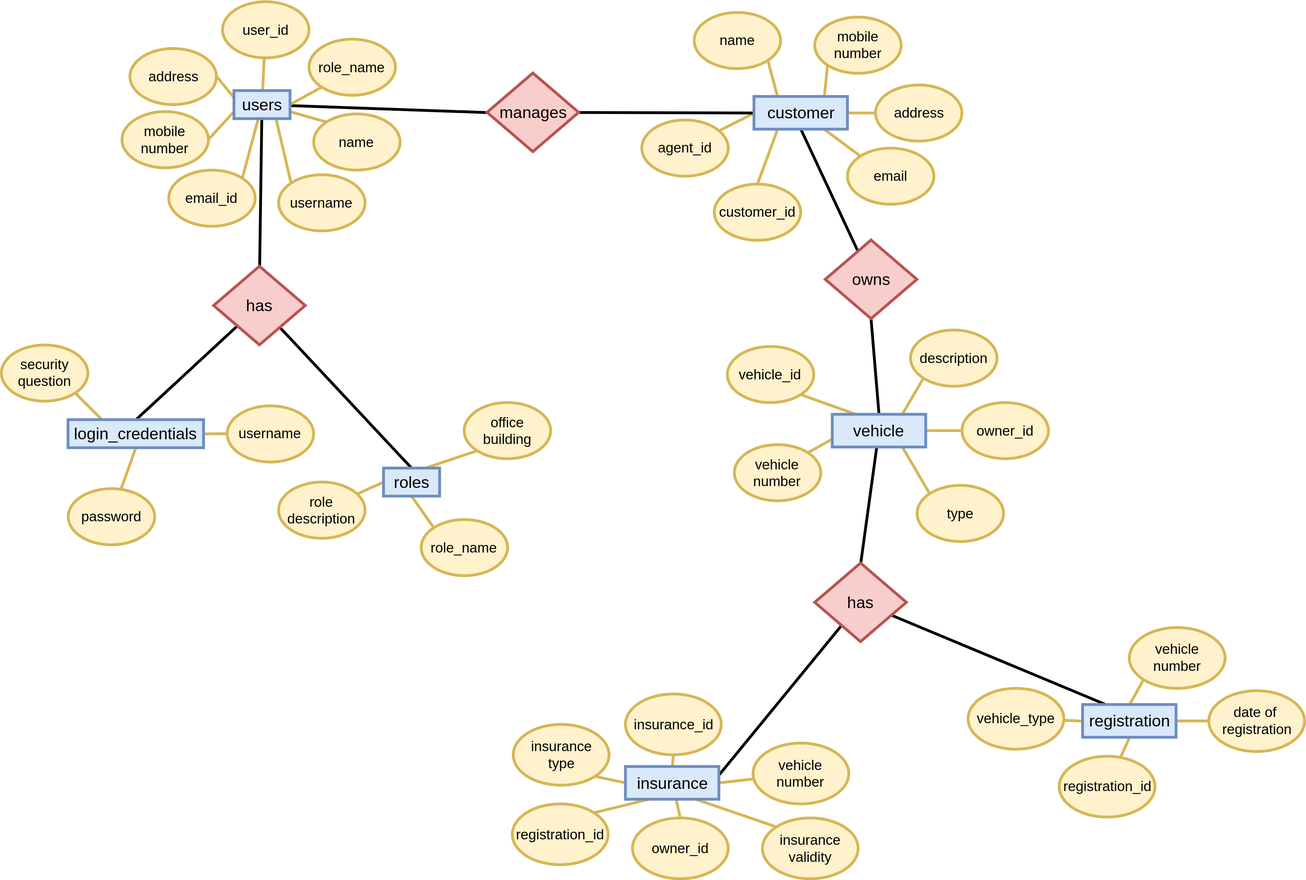
The draw.io diagram Draw-Files/Normalised-Entity-Relationship.svg in Gituser143/DBMS-Project, before a commit. Source tidied: cells renumbered, new cells last; positions are measured from the earlier drawing's top-left corner, leaving out a move shared by most shapes.
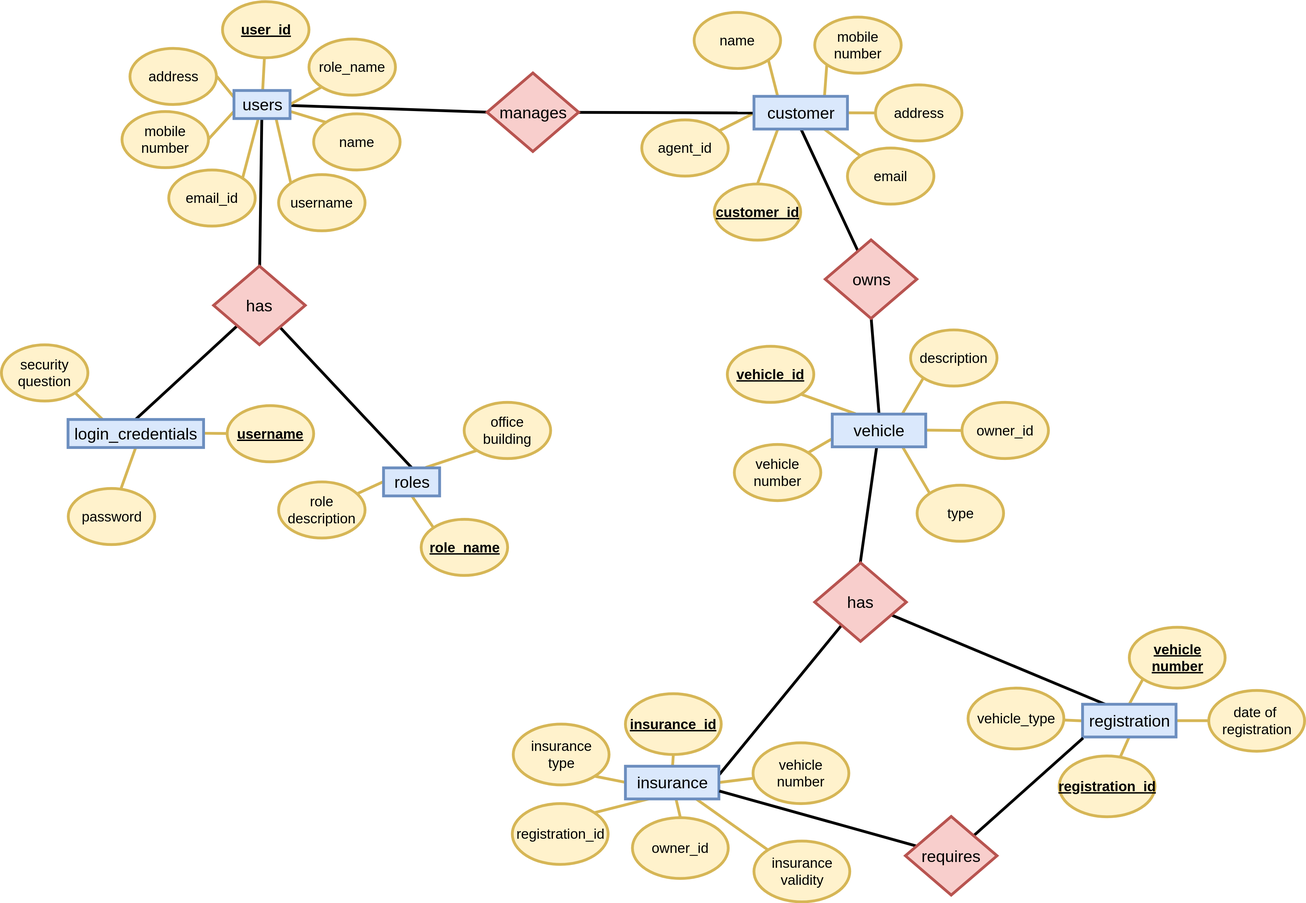
After the change.

Commit message:
Added relation between insurance and registration in diagrams

Diff of the diagram source:
```diff
@@ -56,13 +56,13 @@
     <mxCell id="19" style="rounded=0;html=1;jettySize=auto;endArrow=none;endFill=0;fillColor=#fff2cc;strokeColor=#d6b656;strokeWidth=6;" parent="1" edge="1" source="20" target="84">
       <mxGeometry relative="1" as="geometry" />
     </mxCell>
-    <mxCell id="20" value="&lt;font style=&quot;font-size: 30px&quot;&gt;user_id&lt;br&gt;&lt;/font&gt;" style="ellipse;whiteSpace=wrap;html=1;fillColor=#fff2cc;strokeColor=#d6b656;strokeWidth=6;" parent="1" vertex="1">
+    <mxCell id="20" value="&lt;font style=&quot;font-size: 30px&quot;&gt;&lt;b&gt;&lt;u&gt;user_id&lt;/u&gt;&lt;/b&gt;&lt;br&gt;&lt;/font&gt;" style="ellipse;whiteSpace=wrap;html=1;fillColor=#fff2cc;strokeColor=#d6b656;strokeWidth=6;" parent="1" vertex="1">
       <mxGeometry x="473" width="185" height="120" as="geometry" />
     </mxCell>
     <mxCell id="21" style="edgeStyle=none;rounded=0;html=1;entryX=1;entryY=0.5;endArrow=none;endFill=0;jettySize=auto;fillColor=#fff2cc;strokeColor=#d6b656;strokeWidth=6;" parent="1" edge="1" source="22" target="85">
       <mxGeometry relative="1" as="geometry" />
     </mxCell>
-    <mxCell id="22" value="&lt;font style=&quot;font-size: 30px&quot;&gt;username&lt;br&gt;&lt;/font&gt;" style="ellipse;whiteSpace=wrap;html=1;fillColor=#fff2cc;strokeColor=#d6b656;strokeWidth=6;" parent="1" vertex="1">
+    <mxCell id="22" value="&lt;font style=&quot;font-size: 30px&quot;&gt;&lt;b&gt;&lt;u&gt;username&lt;/u&gt;&lt;/b&gt;&lt;br&gt;&lt;/font&gt;" style="ellipse;whiteSpace=wrap;html=1;fillColor=#fff2cc;strokeColor=#d6b656;strokeWidth=6;" parent="1" vertex="1">
       <mxGeometry x="483" y="863.5" width="185" height="120" as="geometry" />
     </mxCell>
     <mxCell id="23" style="edgeStyle=none;rounded=0;html=1;entryX=0.5;entryY=1;endArrow=none;endFill=0;jettySize=auto;fillColor=#fff2cc;strokeColor=#d6b656;strokeWidth=6;" parent="1" edge="1" source="24" target="85">
@@ -80,7 +80,7 @@
     <mxCell id="27" style="edgeStyle=none;rounded=0;html=1;exitX=0;exitY=0;entryX=0.5;entryY=1;endArrow=none;endFill=0;jettySize=auto;fillColor=#fff2cc;strokeColor=#d6b656;strokeWidth=6;" parent="1" edge="1" source="28" target="86">
       <mxGeometry relative="1" as="geometry" />
     </mxCell>
-    <mxCell id="28" value="&lt;font style=&quot;font-size: 30px&quot;&gt;role_name&lt;br&gt;&lt;/font&gt;" style="ellipse;whiteSpace=wrap;html=1;fillColor=#fff2cc;strokeColor=#d6b656;strokeWidth=6;" parent="1" vertex="1">
+    <mxCell id="28" value="&lt;font style=&quot;font-size: 30px&quot;&gt;&lt;b&gt;&lt;u&gt;role_name&lt;/u&gt;&lt;/b&gt;&lt;br&gt;&lt;/font&gt;" style="ellipse;whiteSpace=wrap;html=1;fillColor=#fff2cc;strokeColor=#d6b656;strokeWidth=6;" parent="1" vertex="1">
       <mxGeometry x="898" y="1107" width="185" height="120" as="geometry" />
     </mxCell>
     <mxCell id="29" style="edgeStyle=none;rounded=0;html=1;entryX=0;entryY=0.5;endArrow=none;endFill=0;jettySize=auto;fillColor=#fff2cc;strokeColor=#d6b656;strokeWidth=6;" parent="1" edge="1" source="30" target="86">
@@ -98,7 +98,7 @@
     <mxCell id="33" style="edgeStyle=none;rounded=0;html=1;exitX=0.5;exitY=0;entryX=0.25;entryY=1;endArrow=none;endFill=0;jettySize=auto;fillColor=#fff2cc;strokeColor=#d6b656;strokeWidth=6;" parent="1" edge="1" source="34" target="87">
       <mxGeometry relative="1" as="geometry" />
     </mxCell>
-    <mxCell id="34" value="&lt;font style=&quot;font-size: 30px&quot;&gt;customer_id&lt;br&gt;&lt;/font&gt;" style="ellipse;whiteSpace=wrap;html=1;fillColor=#fff2cc;strokeColor=#d6b656;strokeWidth=6;" parent="1" vertex="1">
+    <mxCell id="34" value="&lt;font style=&quot;font-size: 30px&quot;&gt;&lt;b&gt;&lt;u&gt;customer_id&lt;/u&gt;&lt;/b&gt;&lt;br&gt;&lt;/font&gt;" style="ellipse;whiteSpace=wrap;html=1;fillColor=#fff2cc;strokeColor=#d6b656;strokeWidth=6;" parent="1" vertex="1">
       <mxGeometry x="1525.5" y="389.5" width="185" height="120" as="geometry" />
     </mxCell>
     <mxCell id="35" style="edgeStyle=none;rounded=0;html=1;entryX=0;entryY=0.5;endArrow=none;endFill=0;jettySize=auto;fillColor=#fff2cc;strokeColor=#d6b656;strokeWidth=6;" parent="1" edge="1" source="36" target="87">
@@ -134,7 +134,7 @@
     <mxCell id="45" style="edgeStyle=none;rounded=0;html=1;exitX=1;exitY=1;entryX=0.25;entryY=0;endArrow=none;endFill=0;jettySize=auto;fillColor=#fff2cc;strokeColor=#d6b656;strokeWidth=6;" parent="1" edge="1" source="46" target="88">
       <mxGeometry relative="1" as="geometry" />
     </mxCell>
-    <mxCell id="46" value="&lt;font style=&quot;font-size: 30px&quot;&gt;vehicle_id&lt;br&gt;&lt;/font&gt;" style="ellipse;whiteSpace=wrap;html=1;fillColor=#fff2cc;strokeColor=#d6b656;strokeWidth=6;" parent="1" vertex="1">
+    <mxCell id="46" value="&lt;font style=&quot;font-size: 30px&quot;&gt;&lt;b&gt;&lt;u&gt;vehicle_id&lt;/u&gt;&lt;/b&gt;&lt;br&gt;&lt;/font&gt;" style="ellipse;whiteSpace=wrap;html=1;fillColor=#fff2cc;strokeColor=#d6b656;strokeWidth=6;" parent="1" vertex="1">
       <mxGeometry x="1553" y="737" width="185" height="120" as="geometry" />
     </mxCell>
     <mxCell id="47" style="edgeStyle=none;rounded=0;html=1;exitX=1;exitY=0;entryX=0;entryY=0.75;endArrow=none;endFill=0;jettySize=auto;fillColor=#fff2cc;strokeColor=#d6b656;strokeWidth=6;" parent="1" edge="1" source="48" target="88">
@@ -164,13 +164,13 @@
     <mxCell id="55" style="edgeStyle=none;rounded=0;html=1;entryX=0.5;entryY=1;endArrow=none;endFill=0;jettySize=auto;fillColor=#fff2cc;strokeColor=#d6b656;strokeWidth=6;" parent="1" edge="1" source="56" target="89">
       <mxGeometry relative="1" as="geometry" />
     </mxCell>
-    <mxCell id="56" value="&lt;font style=&quot;font-size: 30px&quot;&gt;registration_id&lt;br&gt;&lt;/font&gt;" style="ellipse;whiteSpace=wrap;html=1;fillColor=#fff2cc;strokeColor=#d6b656;strokeWidth=6;" parent="1" vertex="1">
+    <mxCell id="56" value="&lt;font style=&quot;font-size: 30px&quot;&gt;&lt;b&gt;&lt;u&gt;registration_id&lt;/u&gt;&lt;/b&gt;&lt;br&gt;&lt;/font&gt;" style="ellipse;whiteSpace=wrap;html=1;fillColor=#fff2cc;strokeColor=#d6b656;strokeWidth=6;" parent="1" vertex="1">
       <mxGeometry x="2263.5" y="1612.7" width="205" height="130" as="geometry" />
     </mxCell>
     <mxCell id="57" style="edgeStyle=none;rounded=0;html=1;exitX=0;exitY=1;entryX=0.5;entryY=0;endArrow=none;endFill=0;jettySize=auto;fillColor=#fff2cc;strokeColor=#d6b656;strokeWidth=6;" parent="1" edge="1" source="58" target="89">
       <mxGeometry relative="1" as="geometry" />
     </mxCell>
-    <mxCell id="58" value="&lt;font style=&quot;font-size: 30px&quot;&gt;vehicle&lt;br&gt;number&lt;br&gt;&lt;/font&gt;" style="ellipse;whiteSpace=wrap;html=1;fillColor=#fff2cc;strokeColor=#d6b656;strokeWidth=6;" parent="1" vertex="1">
+    <mxCell id="58" value="&lt;font style=&quot;font-size: 30px&quot;&gt;&lt;b&gt;&lt;u&gt;vehicle&lt;br&gt;number&lt;/u&gt;&lt;/b&gt;&lt;br&gt;&lt;/font&gt;" style="ellipse;whiteSpace=wrap;html=1;fillColor=#fff2cc;strokeColor=#d6b656;strokeWidth=6;" parent="1" vertex="1">
       <mxGeometry x="2413.5" y="1337.7" width="205" height="130" as="geometry" />
     </mxCell>
     <mxCell id="59" style="edgeStyle=none;rounded=0;html=1;entryX=0;entryY=0.5;endArrow=none;endFill=0;jettySize=auto;fillColor=#fff2cc;strokeColor=#d6b656;strokeWidth=6;" parent="1" edge="1" source="60" target="89">
@@ -191,7 +191,7 @@
     <mxCell id="64" value="&lt;font style=&quot;font-size: 30px&quot;&gt;registration_id&lt;br&gt;&lt;/font&gt;" style="ellipse;whiteSpace=wrap;html=1;fillColor=#fff2cc;strokeColor=#d6b656;strokeWidth=6;" parent="1" vertex="1">
       <mxGeometry x="1093" y="1715" width="205" height="130" as="geometry" />
     </mxCell>
-    <mxCell id="65" value="&lt;font style=&quot;font-size: 30px&quot;&gt;insurance_id&lt;br&gt;&lt;/font&gt;" style="ellipse;whiteSpace=wrap;html=1;fillColor=#fff2cc;strokeColor=#d6b656;strokeWidth=6;" parent="1" vertex="1">
+    <mxCell id="65" value="&lt;font style=&quot;font-size: 30px&quot;&gt;&lt;b&gt;&lt;u&gt;insurance_id&lt;/u&gt;&lt;/b&gt;&lt;br&gt;&lt;/font&gt;" style="ellipse;whiteSpace=wrap;html=1;fillColor=#fff2cc;strokeColor=#d6b656;strokeWidth=6;" parent="1" vertex="1">
       <mxGeometry x="1335.5" y="1480" width="205" height="130" as="geometry" />
     </mxCell>
     <mxCell id="66" style="edgeStyle=none;rounded=0;html=1;entryX=1;entryY=0.5;endArrow=none;endFill=0;jettySize=auto;fillColor=#fff2cc;strokeColor=#d6b656;strokeWidth=6;" parent="1" edge="1" source="67" target="90">
@@ -213,7 +213,7 @@
       <mxGeometry relative="1" as="geometry" />
     </mxCell>
     <mxCell id="72" value="&lt;font style=&quot;font-size: 30px&quot;&gt;insurance&lt;br&gt;validity&lt;br&gt;&lt;/font&gt;" style="ellipse;whiteSpace=wrap;html=1;fillColor=#fff2cc;strokeColor=#d6b656;strokeWidth=6;" parent="1" vertex="1">
-      <mxGeometry x="1628" y="1745" width="205" height="130" as="geometry" />
+      <mxGeometry x="1610.5" y="1795" width="205" height="130" as="geometry" />
     </mxCell>
     <mxCell id="73" style="edgeStyle=none;rounded=0;html=1;entryX=0;entryY=0.5;endArrow=none;endFill=0;jettySize=auto;strokeWidth=6;" parent="1" edge="1" source="74" target="87">
       <mxGeometry relative="1" as="geometry" />
@@ -269,5 +269,14 @@
     <mxCell id="90" value="&lt;span style=&quot;font-size: 35px&quot;&gt;insurance&lt;/span&gt;" style="rounded=0;whiteSpace=wrap;html=1;fillColor=#dae8fc;strokeColor=#6c8ebf;strokeWidth=6;" parent="1" vertex="1">
       <mxGeometry x="1335.5" y="1635" width="200" height="70" as="geometry" />
     </mxCell>
+    <mxCell id="91" style="rounded=0;html=1;entryX=1;entryY=0.75;jettySize=auto;endArrow=none;endFill=0;fillColor=#fff2cc;strokeColor=#000000;strokeWidth=6;" parent="1" edge="1" source="93" target="90">
+      <mxGeometry relative="1" as="geometry" />
+    </mxCell>
+    <mxCell id="92" style="edgeStyle=none;rounded=0;html=1;entryX=0.004;entryY=1.031;entryPerimeter=0;endArrow=none;endFill=0;jettySize=auto;strokeWidth=6;" parent="1" edge="1" source="93" target="89">
+      <mxGeometry relative="1" as="geometry" />
+    </mxCell>
+    <mxCell id="93" value="&lt;font style=&quot;font-size: 35px&quot;&gt;requires&lt;/font&gt;" style="rhombus;whiteSpace=wrap;html=1;strokeWidth=6;fillColor=#f8cecc;strokeColor=#b85450;" parent="1" vertex="1">
+      <mxGeometry x="1934.5" y="1742.5" width="196" height="168" as="geometry" />
+    </mxCell>
   </root>
 </mxGraphModel>
```
